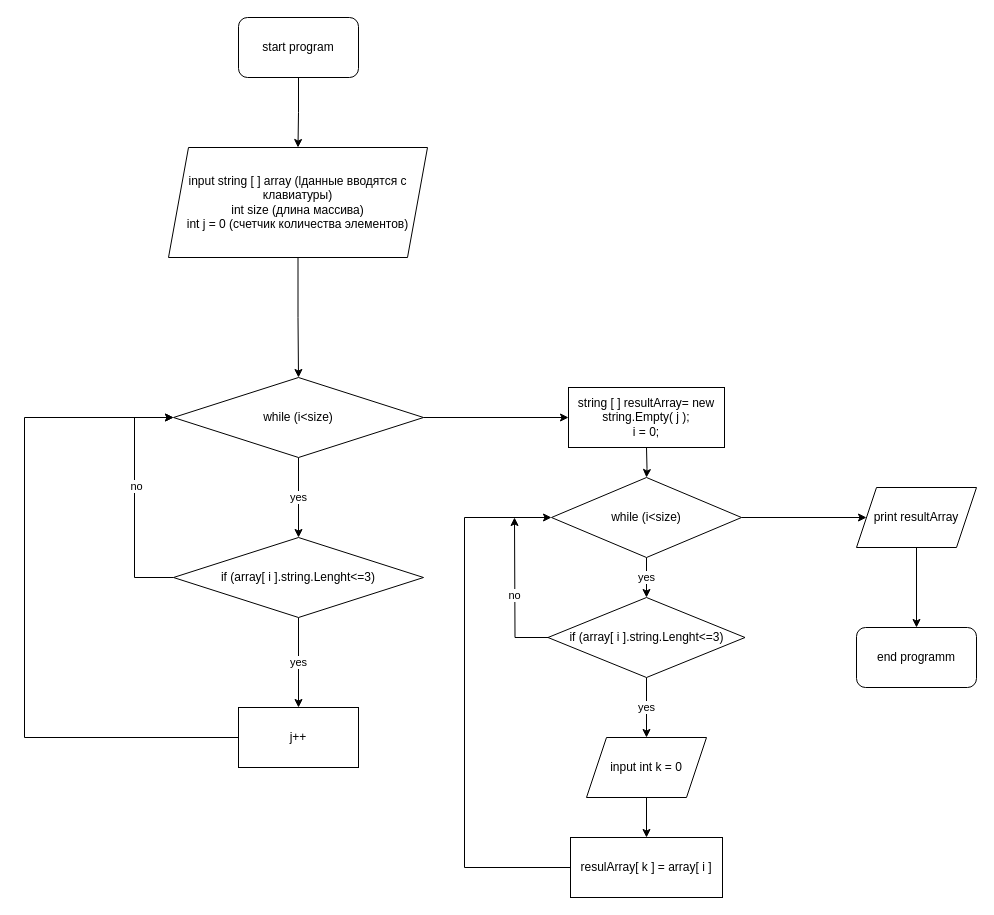
Above: cw1alg.drawio in mikhailVakulin/controleWorkBlock1 (draw.io), before the change. Source tidied: cells renumbered, new cells numbered last; positions are measured from the earlier drawing's top-left corner, leaving out a move shared by most shapes. Both pictures are drawn from the tidied source at 100%, with x=0, y=0 at pixel (24, 17).
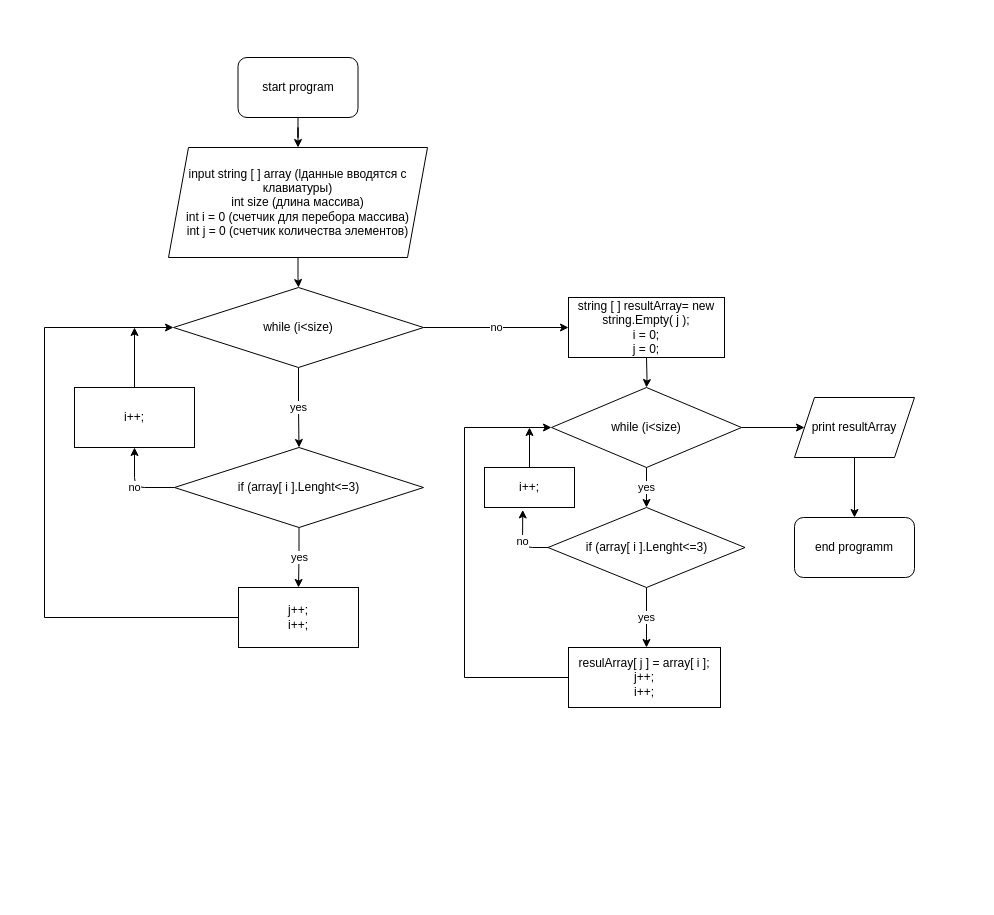
The same page after the edit.

The edit, as a diff of the source:
```diff
@@
     <mxCell id="3" value="start program" style="rounded=1;whiteSpace=wrap;html=1;" parent="1" vertex="1">
-      <mxGeometry x="214" width="120" height="60" as="geometry" />
+      <mxGeometry x="213.5" y="40" width="120" height="60" as="geometry" />
     </mxCell>
@@
-    <mxCell id="5" value="input string [ ] array (lданные вводятся с клавиатуры)&lt;br&gt;&amp;nbsp;int size (длина массива)&amp;nbsp;&lt;br&gt;int j = 0 (счетчик количества элементов)" style="shape=parallelogram;perimeter=parallelogramPerimeter;whiteSpace=wrap;html=1;fixedSize=1;" parent="1" vertex="1">
+    <mxCell id="5" value="input string [ ] array (lданные вводятся с клавиатуры)&lt;br&gt;&amp;nbsp;int size (длина массива)&amp;nbsp;&lt;br&gt;int i = 0 (счетчик для перебора массива)&lt;br&gt;int j = 0 (счетчик количества элементов)" style="shape=parallelogram;perimeter=parallelogramPerimeter;whiteSpace=wrap;html=1;fixedSize=1;" parent="1" vertex="1">
       <mxGeometry x="144" y="130" width="259" height="110" as="geometry" />
     </mxCell>
@@
-    <mxCell id="7" style="edgeStyle=orthogonalEdgeStyle;rounded=0;jettySize=auto;html=1;" parent="1" edge="1" source="8" target="15">
-      <mxGeometry relative="1" as="geometry" />
+    <mxCell id="7" value="no" style="edgeStyle=orthogonalEdgeStyle;rounded=0;jettySize=auto;html=1;" parent="1" edge="1" source="8" target="15">
+      <mxGeometry relative="1" as="geometry">
+        <Array as="points">
+          <mxPoint x="470" y="310" />
+          <mxPoint x="470" y="310" />
+        </Array>
+      </mxGeometry>
     </mxCell>
     <mxCell id="8" value="while (i&amp;lt;size)" style="rhombus;whiteSpace=wrap;html=1;" parent="1" vertex="1">
-      <mxGeometry x="149" y="360" width="250" height="80" as="geometry" />
+      <mxGeometry x="149" y="270" width="250" height="80" as="geometry" />
     </mxCell>
@@
-    <mxCell id="10" style="edgeStyle=orthogonalEdgeStyle;rounded=0;jettySize=auto;html=1;entryX=0;entryY=0.5;entryDx=0;entryDy=0;" parent="1" edge="1" source="12" target="8">
-      <mxGeometry relative="1" as="geometry">
-        <Array as="points">
-          <mxPoint x="110" y="560" />
-          <mxPoint x="110" y="400" />
-        </Array>
-      </mxGeometry>
-    </mxCell>
-    <mxCell id="11" value="no&lt;br&gt;" style="edgeLabel;html=1;align=center;verticalAlign=middle;" parent="10" vertex="1">
-      <mxGeometry x="0.1" y="-1" relative="1" as="geometry" />
-    </mxCell>
+    <mxCell id="31" value="no" style="edgeStyle=none;html=1;entryX=0.5;entryY=1;entryDx=0;entryDy=0;fontColor=default;exitX=0;exitY=0.5;exitDx=0;exitDy=0;" parent="1" edge="1" source="12" target="34">
+      <mxGeometry relative="1" as="geometry">
+        <Array as="points">
+          <mxPoint x="110" y="470" />
+        </Array>
+      </mxGeometry>
+    </mxCell>
-    <mxCell id="12" value="if (array[ i ].string.Lenght&amp;lt;=3)" style="rhombus;whiteSpace=wrap;html=1;" parent="1" vertex="1">
-      <mxGeometry x="149" y="520" width="250" height="80" as="geometry" />
+    <mxCell id="12" value="if (array[ i ].Lenght&amp;lt;=3)" style="rhombus;whiteSpace=wrap;html=1;" parent="1" vertex="1">
+      <mxGeometry x="150" y="430" width="249" height="80" as="geometry" />
     </mxCell>
     <mxCell id="13" style="edgeStyle=orthogonalEdgeStyle;rounded=0;jettySize=auto;html=1;exitX=0;exitY=0.5;exitDx=0;exitDy=0;entryX=0;entryY=0.5;entryDx=0;entryDy=0;" parent="1" edge="1" source="14" target="8">
       <mxGeometry relative="1" as="geometry">
         <Array as="points">
-          <mxPoint y="720" />
-          <mxPoint y="400" />
+          <mxPoint x="20" y="600" />
+          <mxPoint x="20" y="310" />
         </Array>
       </mxGeometry>
     </mxCell>
-    <mxCell id="14" value="j++" style="whiteSpace=wrap;html=1;" parent="1" vertex="1">
-      <mxGeometry x="214" y="690" width="120" height="60" as="geometry" />
+    <mxCell id="14" value="j++;&lt;br&gt;i++;" style="whiteSpace=wrap;html=1;" parent="1" vertex="1">
+      <mxGeometry x="214" y="570" width="120" height="60" as="geometry" />
     </mxCell>
-    <mxCell id="15" value="string [ ] resultArray= new string.Empty( j );&lt;br&gt;i = 0;" style="whiteSpace=wrap;html=1;" parent="1" vertex="1">
-      <mxGeometry x="544" y="370" width="156" height="60" as="geometry" />
+    <mxCell id="15" value="string [ ] resultArray= new string.Empty( j );&lt;br&gt;i = 0;&lt;br&gt;j = 0;" style="whiteSpace=wrap;html=1;" parent="1" vertex="1">
+      <mxGeometry x="544" y="280" width="156" height="60" as="geometry" />
     </mxCell>
@@
     <mxCell id="18" value="&lt;span style=&quot;font-family: Helvetica; font-size: 12px; font-style: normal; font-variant-ligatures: normal; font-variant-caps: normal; font-weight: 400; letter-spacing: normal; orphans: 2; text-align: center; text-indent: 0px; text-transform: none; widows: 2; word-spacing: 0px; -webkit-text-stroke-width: 0px; text-decoration-thickness: initial; text-decoration-style: initial; text-decoration-color: initial; float: none; display: inline !important;&quot;&gt;while (i&amp;lt;size)&lt;/span&gt;" style="rhombus;whiteSpace=wrap;html=1;strokeColor=default;fillColor=default;labelBackgroundColor=none;fontColor=default;" parent="1" vertex="1">
-      <mxGeometry x="527" y="460" width="190" height="80" as="geometry" />
+      <mxGeometry x="527" y="370" width="190" height="80" as="geometry" />
     </mxCell>
     <mxCell id="19" style="edgeStyle=orthogonalEdgeStyle;rounded=0;jettySize=auto;html=1;" parent="1" edge="1" target="18">
       <mxGeometry relative="1" as="geometry">
-        <mxPoint x="622" y="430" as="sourcePoint" />
+        <mxPoint x="622" y="340" as="sourcePoint" />
       </mxGeometry>
     </mxCell>
-    <mxCell id="20" value="yes&lt;br&gt;" style="edgeStyle=orthogonalEdgeStyle;rounded=0;jettySize=auto;html=1;exitX=0.5;exitY=1;exitDx=0;exitDy=0;entryX=0.5;entryY=0;entryDx=0;entryDy=0;" parent="1" edge="1" source="23" target="25">
-      <mxGeometry relative="1" as="geometry" />
+    <mxCell id="20" value="yes&lt;br&gt;" style="edgeStyle=orthogonalEdgeStyle;rounded=0;jettySize=auto;html=1;exitX=0.5;exitY=1;exitDx=0;exitDy=0;entryX=0.5;entryY=0;entryDx=0;entryDy=0;" parent="1" edge="1" source="23">
+      <mxGeometry relative="1" as="geometry">
+        <mxPoint x="622" y="630" as="targetPoint" />
+      </mxGeometry>
     </mxCell>
-    <mxCell id="21" style="edgeStyle=orthogonalEdgeStyle;rounded=0;jettySize=auto;html=1;exitX=0;exitY=0.5;exitDx=0;exitDy=0;" parent="1" edge="1" source="23">
-      <mxGeometry relative="1" as="geometry">
-        <mxPoint x="490" y="500" as="targetPoint" />
-      </mxGeometry>
-    </mxCell>
-    <mxCell id="22" value="no" style="edgeLabel;html=1;align=center;verticalAlign=middle;" parent="21" vertex="1">
-      <mxGeometry x="0.01" y="1" relative="1" as="geometry">
-        <mxPoint y="1" as="offset" />
-      </mxGeometry>
-    </mxCell>
+    <mxCell id="32" value="no" style="edgeStyle=none;html=1;exitX=0;exitY=0.5;exitDx=0;exitDy=0;entryX=0.425;entryY=1.061;entryDx=0;entryDy=0;entryPerimeter=0;fontColor=default;" parent="1" edge="1" source="23" target="36">
+      <mxGeometry relative="1" as="geometry">
+        <Array as="points">
+          <mxPoint x="498" y="530" />
+        </Array>
+      </mxGeometry>
+    </mxCell>
-    <mxCell id="23" value="if (array[ i ].string.Lenght&amp;lt;=3)" style="rhombus;whiteSpace=wrap;html=1;" parent="1" vertex="1">
-      <mxGeometry x="523.5" y="580" width="197" height="80" as="geometry" />
+    <mxCell id="23" value="if (array[ i ].Lenght&amp;lt;=3)" style="rhombus;whiteSpace=wrap;html=1;" parent="1" vertex="1">
+      <mxGeometry x="523.5" y="490" width="197" height="80" as="geometry" />
     </mxCell>
-    <mxCell id="24" style="edgeStyle=orthogonalEdgeStyle;rounded=0;jettySize=auto;html=1;" parent="1" edge="1" source="25" target="27">
-      <mxGeometry relative="1" as="geometry" />
-    </mxCell>
-    <mxCell id="25" value="input int k = 0" style="shape=parallelogram;perimeter=parallelogramPerimeter;whiteSpace=wrap;html=1;fixedSize=1;" parent="1" vertex="1">
-      <mxGeometry x="562" y="720" width="120" height="60" as="geometry" />
-    </mxCell>
     <mxCell id="26" style="edgeStyle=orthogonalEdgeStyle;rounded=0;jettySize=auto;html=1;exitX=0;exitY=0.5;exitDx=0;exitDy=0;entryX=0;entryY=0.5;entryDx=0;entryDy=0;" parent="1" edge="1" source="27" target="18">
       <mxGeometry relative="1" as="geometry">
         <Array as="points">
-          <mxPoint x="440" y="850" />
-          <mxPoint x="440" y="500" />
+          <mxPoint x="440" y="660" />
+          <mxPoint x="440" y="410" />
         </Array>
       </mxGeometry>
     </mxCell>
-    <mxCell id="27" value="resulArray[ k ] = array[ i ]" style="whiteSpace=wrap;html=1;" parent="1" vertex="1">
-      <mxGeometry x="546" y="820" width="152" height="60" as="geometry" />
+    <mxCell id="27" value="resulArray[ j ] = array[ i ];&lt;br&gt;j++;&lt;br&gt;i++;" style="whiteSpace=wrap;html=1;" parent="1" vertex="1">
+      <mxGeometry x="544" y="630" width="152" height="60" as="geometry" />
     </mxCell>
@@
     <mxCell id="29" value="print resultArray&lt;br&gt;" style="shape=parallelogram;perimeter=parallelogramPerimeter;whiteSpace=wrap;html=1;fixedSize=1;" parent="1" vertex="1">
-      <mxGeometry x="832" y="470" width="120" height="60" as="geometry" />
+      <mxGeometry x="770" y="380" width="120" height="60" as="geometry" />
     </mxCell>
     <mxCell id="30" value="end programm" style="rounded=1;whiteSpace=wrap;html=1;" parent="1" vertex="1">
-      <mxGeometry x="832" y="610" width="120" height="60" as="geometry" />
+      <mxGeometry x="770" y="500" width="120" height="60" as="geometry" />
     </mxCell>
+    <mxCell id="33" style="edgeStyle=none;html=1;fontColor=default;" parent="1" edge="1" source="34">
+      <mxGeometry relative="1" as="geometry">
+        <mxPoint x="110" y="310" as="targetPoint" />
+      </mxGeometry>
+    </mxCell>
+    <mxCell id="34" value="i++;" style="rounded=0;whiteSpace=wrap;html=1;labelBackgroundColor=none;fontColor=default;strokeColor=default;fillColor=default;" parent="1" vertex="1">
+      <mxGeometry x="50" y="370" width="120" height="60" as="geometry" />
+    </mxCell>
+    <mxCell id="35" style="edgeStyle=none;html=1;exitX=0.5;exitY=0;exitDx=0;exitDy=0;fontColor=default;" parent="1" edge="1" source="36">
+      <mxGeometry relative="1" as="geometry">
+        <mxPoint x="505" y="410" as="targetPoint" />
+      </mxGeometry>
+    </mxCell>
+    <mxCell id="36" value="i++;" style="rounded=0;whiteSpace=wrap;html=1;labelBackgroundColor=none;fontColor=default;strokeColor=default;fillColor=default;" parent="1" vertex="1">
+      <mxGeometry x="460" y="450" width="90" height="40" as="geometry" />
+    </mxCell>
```
